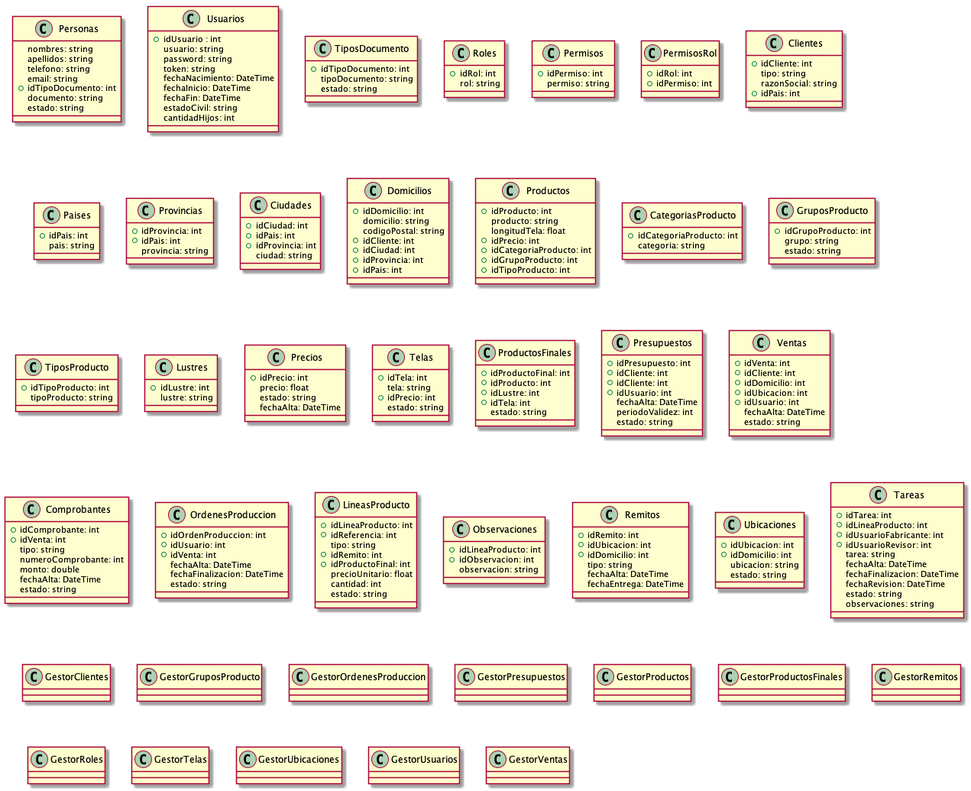
Earlier version of the PlantUML export Informe Final/Imagenes/DiagramaClases/Vistas/fichaTecnicaClases.png (ZMGestion/DocumentacionZMGestion). Source of this version:
```plantuml
@startuml fichaTecnicaClases
class Personas{
   nombres: string
   apellidos: string
   telefono: string
   email: string
   +idTipoDocumento: int
   documento: string
   estado: string
}
class Usuarios {
   +idUsuario : int
   usuario: string
   password: string
   token: string
   fechaNacimiento: DateTime
   fechaInicio: DateTime
   fechaFin: DateTime
   estadoCivil: string
   cantidadHijos: int
}
class TiposDocumento{
   +idTipoDocumento: int
   tipoDocumento: string
   estado: string
}
class Roles{
    +idRol: int
    rol: string
}
class Permisos{
    +idPermiso: int
    permiso: string
}
class PermisosRol{
    +idRol: int
    +idPermiso: int
}
class Clientes{
    +idCliente: int
    tipo: string
    razonSocial: string
    +idPais: int
}
class Paises{
    +idPais: int
    pais: string
}
class Provincias{
    +idProvincia: int
    +idPais: int
    provincia: string
}
class Ciudades{
    +idCiudad: int
    +idPais: int
    +idProvincia: int
    ciudad: string
}
class Domicilios{
    +idDomicilio: int
    domicilio: string
    codigoPostal: string
    +idCliente: int
    +idCiudad: int
    +idProvincia: int
    +idPais: int
}
class Productos{
    +idProducto: int
    producto: string
    longitudTela: float
    +idPrecio: int
    +idCategoriaProducto: int
    +idGrupoProducto: int
    +idTipoProducto: int
}
class CategoriasProducto{
    +idCategoriaProducto: int
    categoria: string
}
class GruposProducto{
    +idGrupoProducto: int
    grupo: string
    estado: string
}
class TiposProducto{
    +idTipoProducto: int
    tipoProducto: string
}
class Lustres{
    +idLustre: int
    lustre: string
}
class Precios{
    +idPrecio: int
    precio: float
    estado: string
    fechaAlta: DateTime
}
class Telas{
    +idTela: int
    tela: string
    +idPrecio: int
    estado: string
}
class ProductosFinales{
    +idProductoFinal: int
    +idProducto: int
    +idLustre: int
    +idTela: int
    estado: string
}
class Presupuestos{
    +idPresupuesto: int
    +idCliente: int
    +idCliente: int
    +idUsuario: int
    fechaAlta: DateTime
    periodoValidez: int
    estado: string
}
class Ventas{
    +idVenta: int
    +idCliente: int
    +idDomicilio: int
    +idUbicacion: int
    +idUsuario: int
    fechaAlta: DateTime
    estado: string
}
class Comprobantes{
    +idComprobante: int
    +idVenta: int
    tipo: string
    numeroComprobante: int
    monto: double
    fechaAlta: DateTime
    estado: string
}
class OrdenesProduccion{
    +idOrdenProduccion: int
    +idUsuario: int
    +idVenta: int
    fechaAlta: DateTime
    fechaFinalizacion: DateTime
    estado: string
}
class LineasProducto{
    +idLineaProducto: int
    +idReferencia: int
    tipo: string
    +idRemito: int
    +idProductoFinal: int
    precioUnitario: float
    cantidad: int
    estado: string
}
class Observaciones{
    +idLineaProducto: int
    +idObservacion: int
    observacion: string
}
class Remitos{
    +idRemito: int
    +idUbicacion: int
    +idDomicilio: int
    tipo: string
    fechaAlta: DateTime
    fechaEntrega: DateTime
}
class Ubicaciones{
    +idUbicacion: int
    +idDomicilio: int
    ubicacion: string
    estado: string
}
class Tareas{
    +idTarea: int
    +idLineaProducto: int
    +idUsuarioFabricante: int
    +idUsuarioRevisor: int
    tarea: string
    fechaAlta: DateTime
    fechaFinalizacion: DateTime
    fechaRevision: DateTime
    estado: string
    observaciones: string
}
class GestorClientes{

}

class GestorGruposProducto{

}

class GestorOrdenesProduccion{

}


class GestorPresupuestos{

}

class GestorProductos{

}

class GestorProductosFinales{

}

class GestorRemitos{

}

class GestorRoles{

}

class GestorTelas{

}

class GestorUbicaciones{

}

class GestorUsuarios{

}

class GestorVentas{

}

@enduml
```
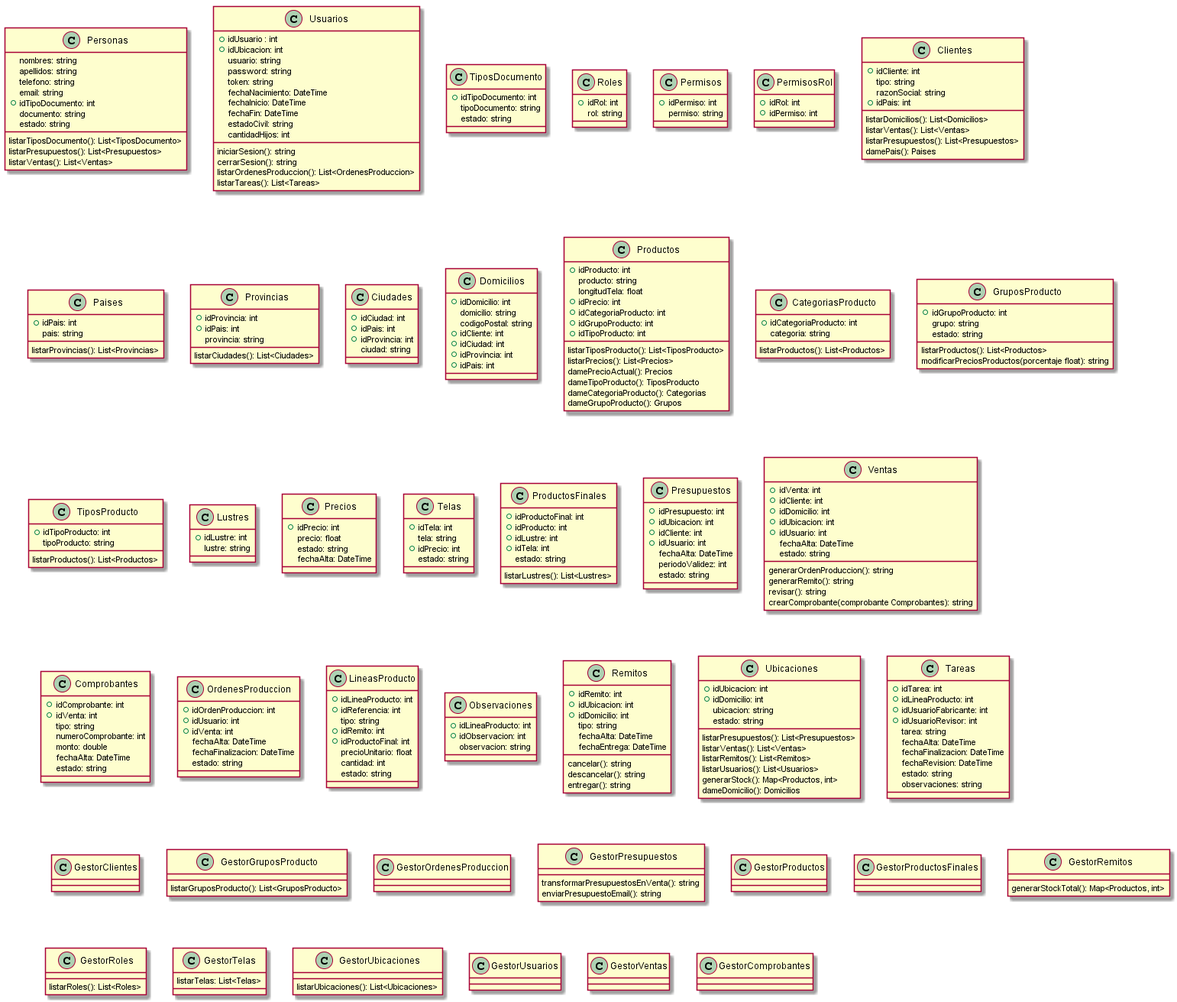
The same diagram one commit later.

Diff of the diagram source:
```diff
@@ -7,9 +7,14 @@
    +idTipoDocumento: int
    documento: string
    estado: string
+
+   listarTiposDocumento(): List<TiposDocumento>
+   listarPresupuestos(): List<Presupuestos>
+   listarVentas(): List<Ventas>
 }
 class Usuarios {
    +idUsuario : int
+   +idUbicacion: int
    usuario: string
    password: string
    token: string
@@ -18,6 +23,11 @@
    fechaFin: DateTime
    estadoCivil: string
    cantidadHijos: int
+
+   iniciarSesion(): string
+   cerrarSesion(): string
+   listarOrdenesProduccion(): List<OrdenesProduccion>
+   listarTareas(): List<Tareas>
 }
 class TiposDocumento{
    +idTipoDocumento: int
@@ -41,15 +51,24 @@
     tipo: string
     razonSocial: string
     +idPais: int
+
+    listarDomicilios(): List<Domicilios>
+    listarVentas(): List<Ventas>
+    listarPresupuestos(): List<Presupuestos>
+    damePais(): Paises
 }
 class Paises{
     +idPais: int
     pais: string
+
+    listarProvincias(): List<Provincias>
 }
 class Provincias{
     +idProvincia: int
     +idPais: int
     provincia: string
+
+    listarCiudades(): List<Ciudades>
 }
 class Ciudades{
     +idCiudad: int
@@ -74,19 +93,33 @@
     +idCategoriaProducto: int
     +idGrupoProducto: int
     +idTipoProducto: int
+
+    listarTiposProducto(): List<TiposProducto>
+    listarPrecios(): List<Precios>
+    damePrecioActual(): Precios
+    dameTipoProducto(): TiposProducto
+    dameCategoriaProducto(): Categorias
+    dameGrupoProducto(): Grupos
 }
 class CategoriasProducto{
     +idCategoriaProducto: int
     categoria: string
+
+    listarProductos(): List<Productos>
 }
 class GruposProducto{
     +idGrupoProducto: int
     grupo: string
     estado: string
+
+    listarProductos(): List<Productos>
+    modificarPreciosProductos(porcentaje float): string
 }
 class TiposProducto{
     +idTipoProducto: int
     tipoProducto: string
+
+    listarProductos(): List<Productos>
 }
 class Lustres{
     +idLustre: int
@@ -110,10 +143,12 @@
     +idLustre: int
     +idTela: int
     estado: string
+
+    listarLustres(): List<Lustres>
 }
 class Presupuestos{
     +idPresupuesto: int
-    +idCliente: int
+    +idUbicacion: int
     +idCliente: int
     +idUsuario: int
     fechaAlta: DateTime
@@ -128,6 +163,11 @@
     +idUsuario: int
     fechaAlta: DateTime
     estado: string
+
+    generarOrdenProduccion(): string
+    generarRemito(): string
+    revisar(): string
+    crearComprobante(comprobante Comprobantes): string
 }
 class Comprobantes{
     +idComprobante: int
@@ -168,12 +208,22 @@
     tipo: string
     fechaAlta: DateTime
     fechaEntrega: DateTime
+    cancelar(): string
+    descancelar(): string
+    entregar(): string
 }
 class Ubicaciones{
     +idUbicacion: int
     +idDomicilio: int
     ubicacion: string
     estado: string
+
+    listarPresupuestos(): List<Presupuestos>
+    listarVentas(): List<Ventas>
+    listarRemitos(): List<Remitos>
+    listarUsuarios(): List<Usuarios>
+    generarStock(): Map<Productos, int>
+    dameDomicilio(): Domicilios
 }
 class Tareas{
     +idTarea: int
@@ -192,7 +242,7 @@
 }
 
 class GestorGruposProducto{
-
+    listarGruposProducto(): List<GruposProducto>
 }
 
 class GestorOrdenesProduccion{
@@ -201,9 +251,9 @@
 
 
 class GestorPresupuestos{
-
+    transformarPresupuestosEnVenta(): string
+    enviarPresupuestoEmail(): string
 }
-
 class GestorProductos{
 
 }
@@ -213,19 +263,19 @@
 }
 
 class GestorRemitos{
-
+    generarStockTotal(): Map<Productos, int>
 }
 
 class GestorRoles{
-
+    listarRoles(): List<Roles>
 }
 
 class GestorTelas{
-
+    listarTelas: List<Telas>
 }
 
 class GestorUbicaciones{
-
+    listarUbicaciones(): List<Ubicaciones>
 }
 
 class GestorUsuarios{
@@ -236,4 +286,6 @@
 
 }
 
+class GestorComprobantes{
+}
 @enduml
```
